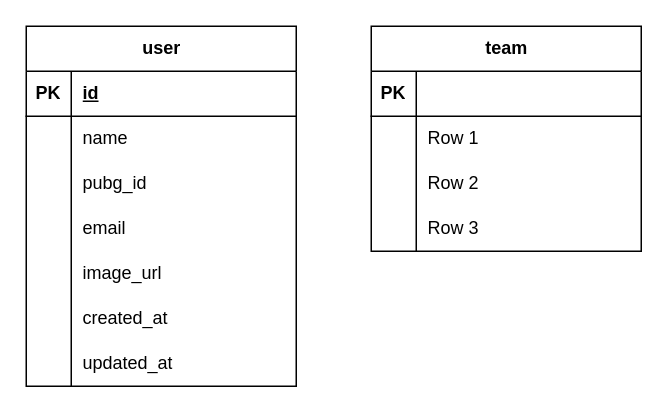
This is pubg_tournament_schema.drawio from atif117/add_notes_app, a draw.io file, before an edit. Source tidied: cells renumbered, new cells numbered last; positions are measured from the earlier drawing's top-left corner, leaving out a move shared by most shapes. Both pictures are drawn from the tidied source at 150%, with x=0, y=0 at pixel (26, 26).
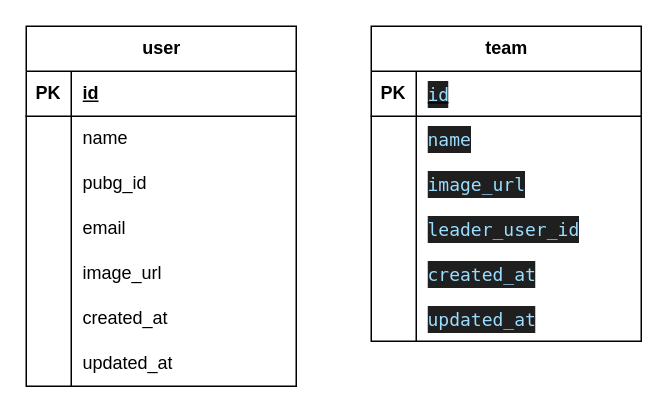
The same diagram, later.

Unchanged cells that the change refers to:
```xml
<mxCell id="25" style="shape=tableRow;horizontal=0;startSize=0;swimlaneHead=0;swimlaneBody=0;fillColor=none;top=0;left=0;right=0;bottom=1;" parent="24" vertex="1">
  <mxGeometry y="30" width="180" height="30" as="geometry" />
</mxCell>
<mxCell id="28" style="shape=tableRow;horizontal=0;startSize=0;swimlaneHead=0;swimlaneBody=0;fillColor=none;top=0;left=0;right=0;bottom=0;" parent="24" vertex="1">
  <mxGeometry y="60" width="180" height="30" as="geometry" />
</mxCell>
<mxCell id="31" style="shape=tableRow;horizontal=0;startSize=0;swimlaneHead=0;swimlaneBody=0;fillColor=none;top=0;left=0;right=0;bottom=0;" parent="24" vertex="1">
  <mxGeometry y="90" width="180" height="30" as="geometry" />
</mxCell>
<mxCell id="34" style="shape=tableRow;horizontal=0;startSize=0;swimlaneHead=0;swimlaneBody=0;fillColor=none;top=0;left=0;right=0;bottom=0;" parent="24" vertex="1">
  <mxGeometry y="120" width="180" height="30" as="geometry" />
</mxCell>
```

Diff of the diagram source:
```diff
@@
     <mxCell id="24" value="team" style="shape=table;startSize=30;childLayout=tableLayout;rowLines=0;fontStyle=1;align=center;html=1;" parent="1" vertex="1">
-      <mxGeometry x="230" width="180" height="150" as="geometry" />
+      <mxGeometry x="230" width="180" height="210" as="geometry" />
     </mxCell>
@@
-    <mxCell id="27" style="shape=partialRectangle;fillColor=none;top=0;left=0;bottom=0;right=0;align=left;spacingLeft=6;fontStyle=5;overflow=hidden;whiteSpace=wrap;html=1;" parent="25" vertex="1">
+    <mxCell id="27" value="&lt;div style=&quot;font-weight: normal; text-decoration: none; color: rgb(204, 204, 204); background-color: rgb(31, 31, 31); font-family: Menlo, Monaco, &amp;quot;Courier New&amp;quot;, monospace; line-height: 18px; white-space: pre;&quot;&gt;&lt;span style=&quot;color: rgb(156, 220, 254);&quot;&gt;id&lt;/span&gt;&lt;/div&gt;" style="shape=partialRectangle;fillColor=none;top=0;left=0;bottom=0;right=0;align=left;spacingLeft=6;fontStyle=5;overflow=hidden;whiteSpace=wrap;html=1;" parent="25" vertex="1">
       <mxGeometry x="30" width="150" height="30" as="geometry" />
     </mxCell>
@@
-    <mxCell id="30" value="Row 1" style="shape=partialRectangle;fillColor=none;top=0;left=0;bottom=0;right=0;align=left;spacingLeft=6;overflow=hidden;whiteSpace=wrap;html=1;" parent="28" vertex="1">
+    <mxCell id="30" value="&lt;div style=&quot;color: rgb(204, 204, 204); background-color: rgb(31, 31, 31); font-family: Menlo, Monaco, &amp;quot;Courier New&amp;quot;, monospace; line-height: 18px; white-space: pre;&quot;&gt;&lt;span style=&quot;color: rgb(156, 220, 254);&quot;&gt;name&lt;/span&gt;&lt;/div&gt;" style="shape=partialRectangle;fillColor=none;top=0;left=0;bottom=0;right=0;align=left;spacingLeft=6;overflow=hidden;whiteSpace=wrap;html=1;" parent="28" vertex="1">
       <mxGeometry x="30" width="150" height="30" as="geometry" />
     </mxCell>
@@
-    <mxCell id="33" value="Row 2" style="shape=partialRectangle;fillColor=none;top=0;left=0;bottom=0;right=0;align=left;spacingLeft=6;overflow=hidden;whiteSpace=wrap;html=1;" parent="31" vertex="1">
+    <mxCell id="33" value="&lt;div style=&quot;color: rgb(204, 204, 204); background-color: rgb(31, 31, 31); font-family: Menlo, Monaco, &amp;quot;Courier New&amp;quot;, monospace; line-height: 18px; white-space: pre;&quot;&gt;&lt;span style=&quot;color: rgb(156, 220, 254);&quot;&gt;image_url&lt;/span&gt;&lt;/div&gt;" style="shape=partialRectangle;fillColor=none;top=0;left=0;bottom=0;right=0;align=left;spacingLeft=6;overflow=hidden;whiteSpace=wrap;html=1;" parent="31" vertex="1">
       <mxGeometry x="30" width="150" height="30" as="geometry" />
     </mxCell>
@@
-    <mxCell id="36" value="Row 3" style="shape=partialRectangle;fillColor=none;top=0;left=0;bottom=0;right=0;align=left;spacingLeft=6;overflow=hidden;whiteSpace=wrap;html=1;" parent="34" vertex="1">
+    <mxCell id="36" value="&lt;div style=&quot;color: rgb(204, 204, 204); background-color: rgb(31, 31, 31); font-family: Menlo, Monaco, &amp;quot;Courier New&amp;quot;, monospace; line-height: 18px; white-space: pre;&quot;&gt;&lt;span style=&quot;color: rgb(156, 220, 254);&quot;&gt;leader_user_id&lt;/span&gt;&lt;/div&gt;" style="shape=partialRectangle;fillColor=none;top=0;left=0;bottom=0;right=0;align=left;spacingLeft=6;overflow=hidden;whiteSpace=wrap;html=1;" parent="34" vertex="1">
       <mxGeometry x="30" width="150" height="30" as="geometry" />
     </mxCell>
+    <mxCell id="37" style="shape=tableRow;horizontal=0;startSize=0;swimlaneHead=0;swimlaneBody=0;fillColor=none;top=0;left=0;right=0;bottom=0;" parent="24" vertex="1">
+      <mxGeometry y="150" width="180" height="30" as="geometry" />
+    </mxCell>
+    <mxCell id="38" style="shape=partialRectangle;fillColor=none;top=0;left=0;bottom=0;right=0;overflow=hidden;whiteSpace=wrap;html=1;" parent="37" vertex="1">
+      <mxGeometry width="30" height="30" as="geometry" />
+    </mxCell>
+    <mxCell id="39" value="&lt;div style=&quot;color: rgb(204, 204, 204); background-color: rgb(31, 31, 31); font-family: Menlo, Monaco, &amp;quot;Courier New&amp;quot;, monospace; line-height: 18px; white-space: pre;&quot;&gt;&lt;div style=&quot;color: rgb(204, 204, 204); background-color: rgb(31, 31, 31); line-height: 18px;&quot;&gt;&lt;span style=&quot;color: rgb(156, 220, 254);&quot;&gt;created_at&lt;/span&gt;&lt;/div&gt;&lt;/div&gt;" style="shape=partialRectangle;fillColor=none;top=0;left=0;bottom=0;right=0;align=left;spacingLeft=6;overflow=hidden;whiteSpace=wrap;html=1;" parent="37" vertex="1">
+      <mxGeometry x="30" width="150" height="30" as="geometry" />
+    </mxCell>
+    <mxCell id="40" style="shape=tableRow;horizontal=0;startSize=0;swimlaneHead=0;swimlaneBody=0;fillColor=none;top=0;left=0;right=0;bottom=0;" parent="24" vertex="1">
+      <mxGeometry y="180" width="180" height="30" as="geometry" />
+    </mxCell>
+    <mxCell id="41" style="shape=partialRectangle;fillColor=none;top=0;left=0;bottom=0;right=0;overflow=hidden;whiteSpace=wrap;html=1;" parent="40" vertex="1">
+      <mxGeometry width="30" height="30" as="geometry" />
+    </mxCell>
+    <mxCell id="42" value="&lt;div style=&quot;color: rgb(204, 204, 204); background-color: rgb(31, 31, 31); font-family: Menlo, Monaco, &amp;quot;Courier New&amp;quot;, monospace; line-height: 18px; white-space: pre;&quot;&gt;&lt;div style=&quot;color: rgb(204, 204, 204); background-color: rgb(31, 31, 31); line-height: 18px;&quot;&gt;&lt;div style=&quot;color: rgb(204, 204, 204); background-color: rgb(31, 31, 31); line-height: 18px;&quot;&gt;&lt;span style=&quot;color: rgb(156, 220, 254);&quot;&gt;updated_at&lt;/span&gt;&lt;/div&gt;&lt;/div&gt;&lt;/div&gt;" style="shape=partialRectangle;fillColor=none;top=0;left=0;bottom=0;right=0;align=left;spacingLeft=6;overflow=hidden;whiteSpace=wrap;html=1;" parent="40" vertex="1">
+      <mxGeometry x="30" width="150" height="30" as="geometry" />
+    </mxCell>
```
